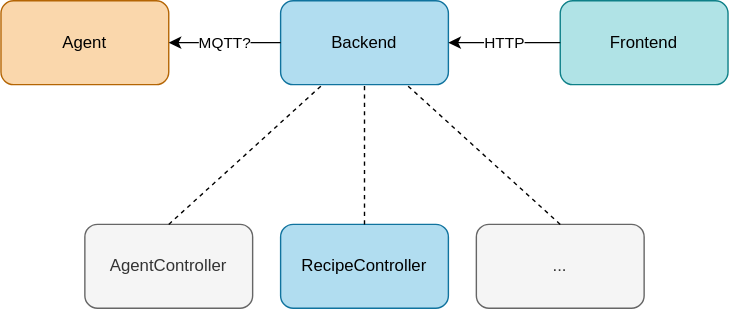
This is resources/overview.drawio.svg from codeiakofficial/cocktailmaker, a draw.io export, as it was before one commit. Source tidied: cells renumbered, new cells last; positions are measured from the earlier drawing's top-left corner, leaving out a move shared by most shapes. Its diagram source:
```xml
<mxGraphModel>
  <root>
    <mxCell id="0" />
    <mxCell id="1" parent="0" />
    <mxCell id="2" value="Agent" style="rounded=1;whiteSpace=wrap;html=1;fillColor=#fad7ac;strokeColor=#b46504;" parent="1" vertex="1">
      <mxGeometry width="120" height="60" as="geometry" />
    </mxCell>
    <mxCell id="3" value="Backend" style="rounded=1;whiteSpace=wrap;html=1;fillColor=#b1ddf0;strokeColor=#10739e;" parent="1" vertex="1">
      <mxGeometry x="200" width="120" height="60" as="geometry" />
    </mxCell>
    <mxCell id="4" value="Frontend" style="rounded=1;whiteSpace=wrap;html=1;fillColor=#b0e3e6;strokeColor=#0e8088;" parent="1" vertex="1">
      <mxGeometry x="400" width="120" height="60" as="geometry" />
    </mxCell>
    <mxCell id="5" value="HTTP" style="endArrow=classic;html=1;entryX=1;entryY=0.5;entryDx=0;entryDy=0;exitX=0;exitY=0.5;exitDx=0;exitDy=0;" parent="1" edge="1" source="4" target="3">
      <mxGeometry relative="1" as="geometry" />
    </mxCell>
    <mxCell id="6" value="MQTT?" style="endArrow=classic;html=1;entryX=1;entryY=0.5;entryDx=0;entryDy=0;exitX=0;exitY=0.5;exitDx=0;exitDy=0;" parent="1" edge="1" source="3" target="2">
      <mxGeometry relative="1" as="geometry" />
    </mxCell>
    <mxCell id="7" value="RecipeController" style="rounded=1;whiteSpace=wrap;html=1;fillColor=#b1ddf0;strokeColor=#10739e;" parent="1" vertex="1">
      <mxGeometry x="200" y="160" width="120" height="60" as="geometry" />
    </mxCell>
    <mxCell id="8" value="AgentController" style="rounded=1;whiteSpace=wrap;html=1;fillColor=#f5f5f5;strokeColor=#666666;fontColor=#333333;" parent="1" vertex="1">
      <mxGeometry x="60" y="160" width="120" height="60" as="geometry" />
    </mxCell>
    <mxCell id="9" style="endArrow=none;html=1;entryX=0.25;entryY=1;entryDx=0;entryDy=0;exitX=0.5;exitY=0;exitDx=0;exitDy=0;dashed=1;" parent="1" edge="1" source="8" target="3">
      <mxGeometry relative="1" as="geometry" />
    </mxCell>
    <mxCell id="10" style="endArrow=none;html=1;entryX=0.5;entryY=1;entryDx=0;entryDy=0;exitX=0.5;exitY=0;exitDx=0;exitDy=0;dashed=1;" parent="1" edge="1" source="7" target="3">
      <mxGeometry relative="1" as="geometry" />
    </mxCell>
    <mxCell id="11" value="..." style="rounded=1;whiteSpace=wrap;html=1;fillColor=#f5f5f5;strokeColor=#666666;fontColor=#333333;" parent="1" vertex="1">
      <mxGeometry x="340" y="160" width="120" height="60" as="geometry" />
    </mxCell>
    <mxCell id="12" style="endArrow=none;html=1;entryX=0.75;entryY=1;entryDx=0;entryDy=0;exitX=0.5;exitY=0;exitDx=0;exitDy=0;dashed=1;" parent="1" edge="1" source="11" target="3">
      <mxGeometry relative="1" as="geometry" />
    </mxCell>
  </root>
</mxGraphModel>
```
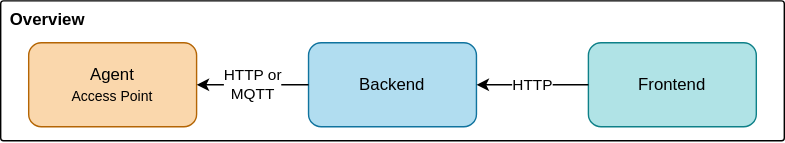
Later version of the same file.

What changed in the source:
```diff
@@ -2,7 +2,10 @@
   <root>
     <mxCell id="0" />
     <mxCell id="1" parent="0" />
+    <mxCell id="13" value="Overview" style="rounded=1;whiteSpace=wrap;html=1;arcSize=2;align=left;verticalAlign=top;spacingLeft=5;fontStyle=1;" parent="1" vertex="1">
+      <mxGeometry x="-20" y="-30" width="560" height="100" as="geometry" />
+    </mxCell>
-    <mxCell id="2" value="Agent" style="rounded=1;whiteSpace=wrap;html=1;fillColor=#fad7ac;strokeColor=#b46504;" parent="1" vertex="1">
+    <mxCell id="2" value="Agent&lt;div&gt;&lt;font style=&quot;font-size: 10px;&quot;&gt;Access Point&lt;/font&gt;&lt;/div&gt;" style="rounded=1;whiteSpace=wrap;html=1;fillColor=#fad7ac;strokeColor=#b46504;" parent="1" vertex="1">
       <mxGeometry width="120" height="60" as="geometry" />
     </mxCell>
     <mxCell id="3" value="Backend" style="rounded=1;whiteSpace=wrap;html=1;fillColor=#b1ddf0;strokeColor=#10739e;" parent="1" vertex="1">
@@ -14,26 +17,8 @@
     <mxCell id="5" value="HTTP" style="endArrow=classic;html=1;entryX=1;entryY=0.5;entryDx=0;entryDy=0;exitX=0;exitY=0.5;exitDx=0;exitDy=0;" parent="1" edge="1" source="4" target="3">
       <mxGeometry relative="1" as="geometry" />
     </mxCell>
-    <mxCell id="6" value="MQTT?" style="endArrow=classic;html=1;entryX=1;entryY=0.5;entryDx=0;entryDy=0;exitX=0;exitY=0.5;exitDx=0;exitDy=0;" parent="1" edge="1" source="3" target="2">
+    <mxCell id="6" value="HTTP or&lt;div&gt;MQTT&lt;/div&gt;" style="endArrow=classic;html=1;entryX=1;entryY=0.5;entryDx=0;entryDy=0;exitX=0;exitY=0.5;exitDx=0;exitDy=0;" parent="1" edge="1" source="3" target="2">
       <mxGeometry relative="1" as="geometry" />
     </mxCell>
-    <mxCell id="7" value="RecipeController" style="rounded=1;whiteSpace=wrap;html=1;fillColor=#b1ddf0;strokeColor=#10739e;" parent="1" vertex="1">
-      <mxGeometry x="200" y="160" width="120" height="60" as="geometry" />
-    </mxCell>
-    <mxCell id="8" value="AgentController" style="rounded=1;whiteSpace=wrap;html=1;fillColor=#f5f5f5;strokeColor=#666666;fontColor=#333333;" parent="1" vertex="1">
-      <mxGeometry x="60" y="160" width="120" height="60" as="geometry" />
-    </mxCell>
-    <mxCell id="9" style="endArrow=none;html=1;entryX=0.25;entryY=1;entryDx=0;entryDy=0;exitX=0.5;exitY=0;exitDx=0;exitDy=0;dashed=1;" parent="1" edge="1" source="8" target="3">
-      <mxGeometry relative="1" as="geometry" />
-    </mxCell>
-    <mxCell id="10" style="endArrow=none;html=1;entryX=0.5;entryY=1;entryDx=0;entryDy=0;exitX=0.5;exitY=0;exitDx=0;exitDy=0;dashed=1;" parent="1" edge="1" source="7" target="3">
-      <mxGeometry relative="1" as="geometry" />
-    </mxCell>
-    <mxCell id="11" value="..." style="rounded=1;whiteSpace=wrap;html=1;fillColor=#f5f5f5;strokeColor=#666666;fontColor=#333333;" parent="1" vertex="1">
-      <mxGeometry x="340" y="160" width="120" height="60" as="geometry" />
-    </mxCell>
-    <mxCell id="12" style="endArrow=none;html=1;entryX=0.75;entryY=1;entryDx=0;entryDy=0;exitX=0.5;exitY=0;exitDx=0;exitDy=0;dashed=1;" parent="1" edge="1" source="11" target="3">
-      <mxGeometry relative="1" as="geometry" />
-    </mxCell>
   </root>
 </mxGraphModel>
```
